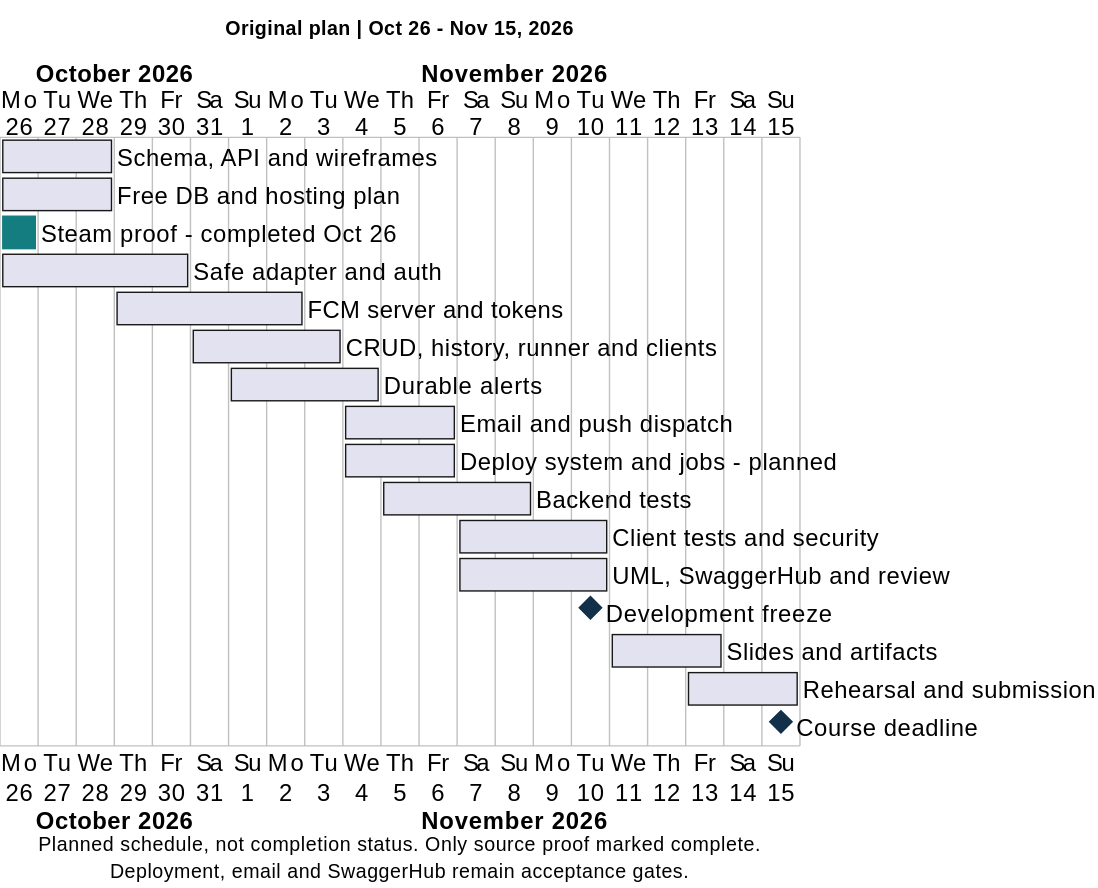
The PlantUML diagram docs/diagrams/presentation/gantt.svg in aluciencozy/price-tracker, before a commit.
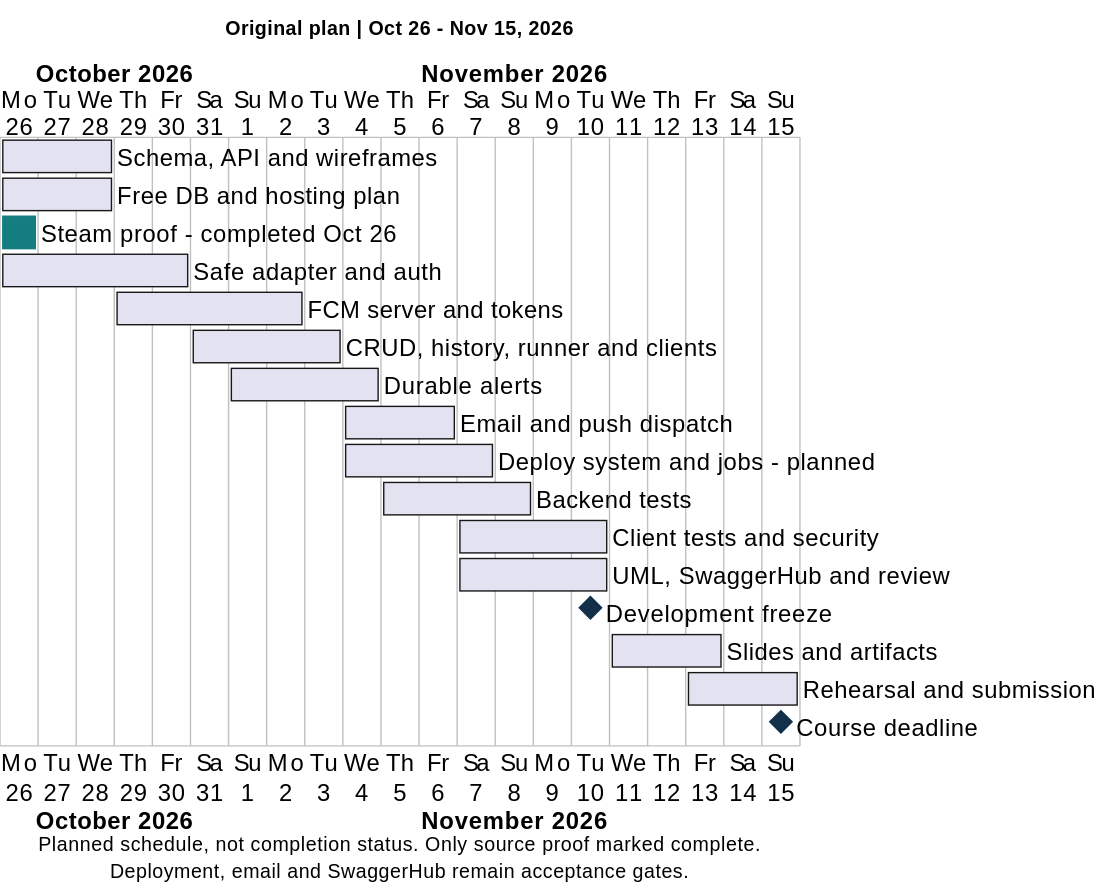
The same file after the commit.

Change to the diagram source:
```diff
@@ -13,7 +13,7 @@
 [CRUD, history, runner and clients] starts 2026-10-31 and ends 2026-11-03
 [Durable alerts] starts 2026-11-01 and ends 2026-11-04
 [Email and push dispatch] starts 2026-11-04 and ends 2026-11-06
-[Deploy system and jobs - planned] starts 2026-11-04 and ends 2026-11-06
+[Deploy system and jobs - planned] starts 2026-11-04 and ends 2026-11-07
 [Backend tests] starts 2026-11-05 and ends 2026-11-08
 [Client tests and security] starts 2026-11-07 and ends 2026-11-10
 [UML, SwaggerHub and review] starts 2026-11-07 and ends 2026-11-10
```
